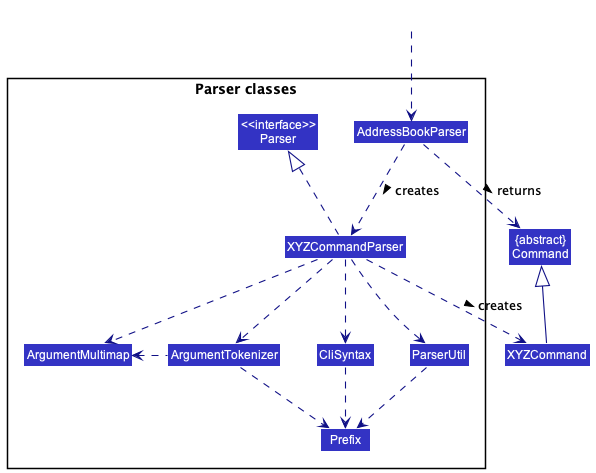
nus-cs2103-AY2223S1/tp keeps this PlantUML diagram as docs/images/ParserClasses.png. Above is the earlier version.
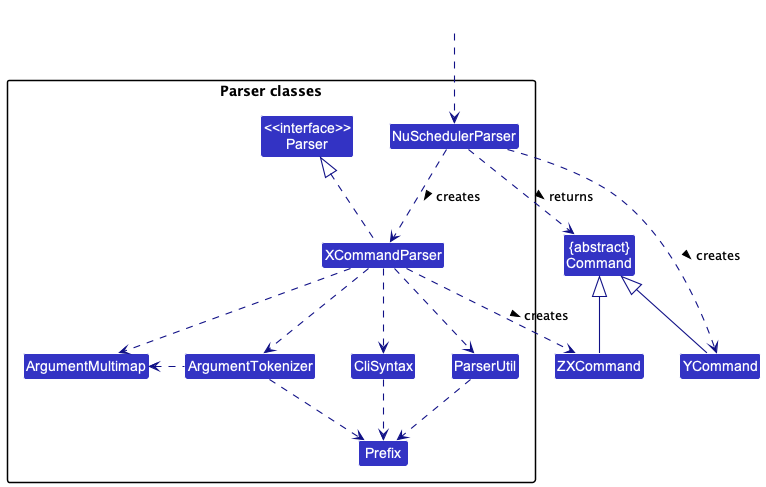
Later version of the same file.

Change to the diagram source:
```diff
@@ -5,12 +5,12 @@
 skinparam classBackgroundColor LOGIC_COLOR
 
 Class "{abstract}\nCommand" as Command
-Class XYZCommand
+Class ZXCommand
 
 package "Parser classes"{
 Class "<<interface>>\nParser" as Parser
-Class AddressBookParser
-Class XYZCommandParser
+Class NuSchedulerParser
+Class XCommandParser
 Class CliSyntax
 Class ParserUtil
 Class ArgumentMultimap
@@ -19,20 +19,21 @@
 }
 
 Class HiddenOutside #FFFFFF
-HiddenOutside ..> AddressBookParser
+HiddenOutside ..> NuSchedulerParser
 
-AddressBookParser .down.> XYZCommandParser: creates >
-
-XYZCommandParser ..> XYZCommand : creates >
-AddressBookParser ..> Command : returns >
-XYZCommandParser .up.|> Parser
-XYZCommandParser ..> ArgumentMultimap
-XYZCommandParser ..> ArgumentTokenizer
+NuSchedulerParser .down.> XCommandParser: creates >
+NuSchedulerParser .down.> YCommand : creates >
+XCommandParser ..> ZXCommand : creates >
+NuSchedulerParser ..> Command : returns >
+XCommandParser .up.|> Parser
+XCommandParser ..> ArgumentMultimap
+XCommandParser ..> ArgumentTokenizer
 ArgumentTokenizer .left.> ArgumentMultimap
-XYZCommandParser ..> CliSyntax
+XCommandParser ..> CliSyntax
 CliSyntax ..> Prefix
-XYZCommandParser ..> ParserUtil
+XCommandParser ..> ParserUtil
 ParserUtil .down.> Prefix
 ArgumentTokenizer .down.> Prefix
-XYZCommand -up-|> Command
+ZXCommand -up-|> Command
+YCommand -up-|> Command
 @enduml
```
